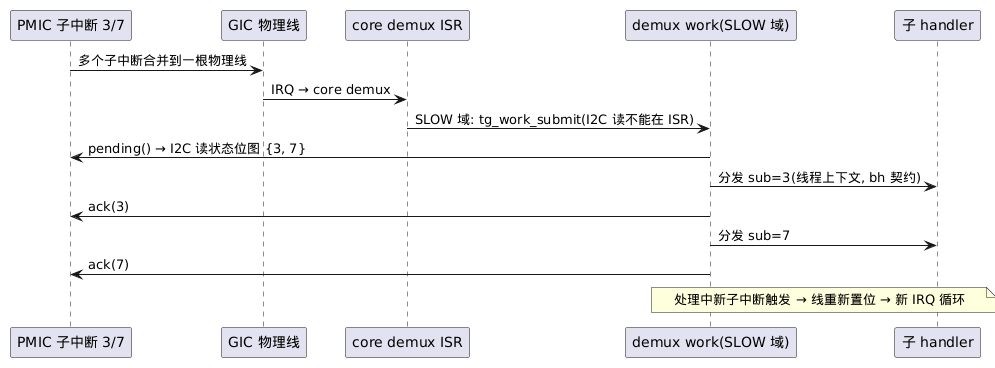
Earlier version of the PlantUML export docs/3-os-core/pics/3-01-core-api-list-01.png (zhuyh4n9/brickOS). Source of this version:
```plantuml
@startuml
participant "PMIC 子中断 3/7" as P
participant "GIC 物理线" as G
participant "core demux ISR" as D
participant "demux work(SLOW 域)" as W
participant "子 handler" as H
P -> G: 多个子中断合并到一根物理线
G -> D: IRQ → core demux
D -> W: SLOW 域: tg_work_submit(I2C 读不能在 ISR)
W -> P: pending() → I2C 读状态位图 {3, 7}
W -> H: 分发 sub=3(线程上下文, bh 契约)
W -> P: ack(3)
W -> H: 分发 sub=7
W -> P: ack(7)
note over W, H
  处理中新子中断触发 → 线重新置位 → 新 IRQ 循环
end note
@enduml
```
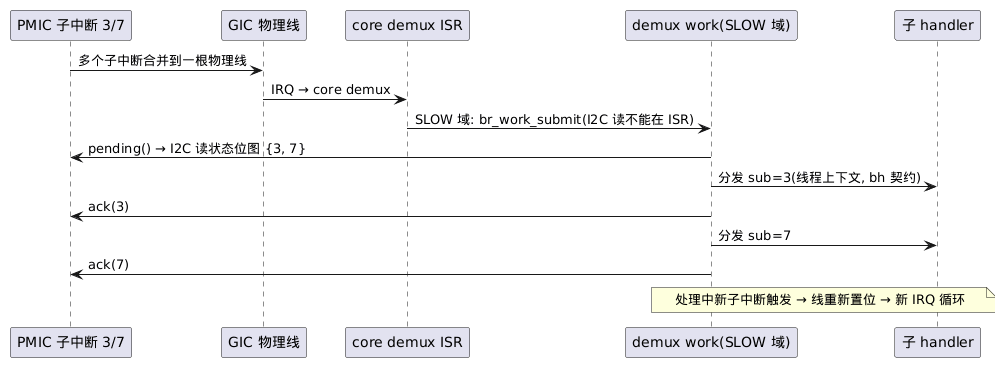
The same diagram one commit later.

The edit, as a diff of the source:
```diff
@@ -6,7 +6,7 @@
 participant "子 handler" as H
 P -> G: 多个子中断合并到一根物理线
 G -> D: IRQ → core demux
-D -> W: SLOW 域: tg_work_submit(I2C 读不能在 ISR)
+D -> W: SLOW 域: br_work_submit(I2C 读不能在 ISR)
 W -> P: pending() → I2C 读状态位图 {3, 7}
 W -> H: 分发 sub=3(线程上下文, bh 契约)
 W -> P: ack(3)
```
